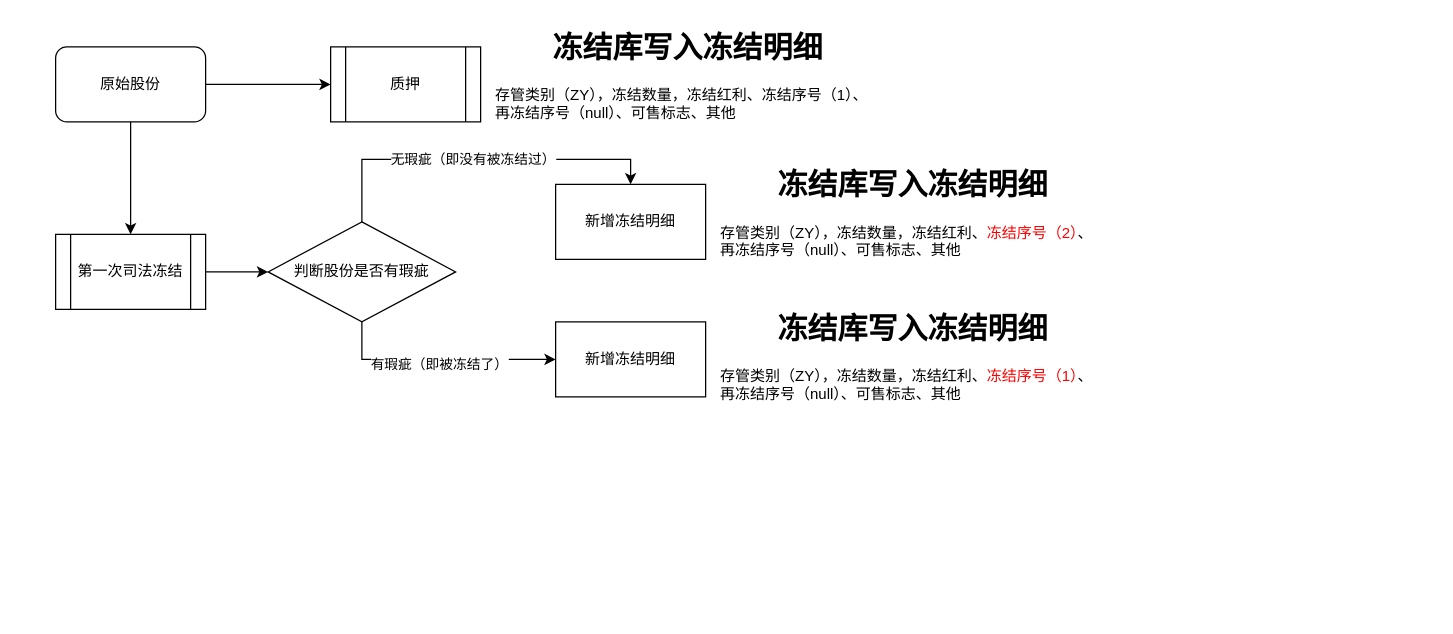
CielChen/CounterBusiness keeps this draw.io diagram as SFDJ-demo.drawio. Above is the earlier version. Source tidied: cells renumbered, new cells numbered last; positions are measured from the earlier drawing's top-left corner, leaving out a move shared by most shapes. Both pictures are drawn from the tidied source at 125%, with x=0, y=0 at pixel (55, 21).
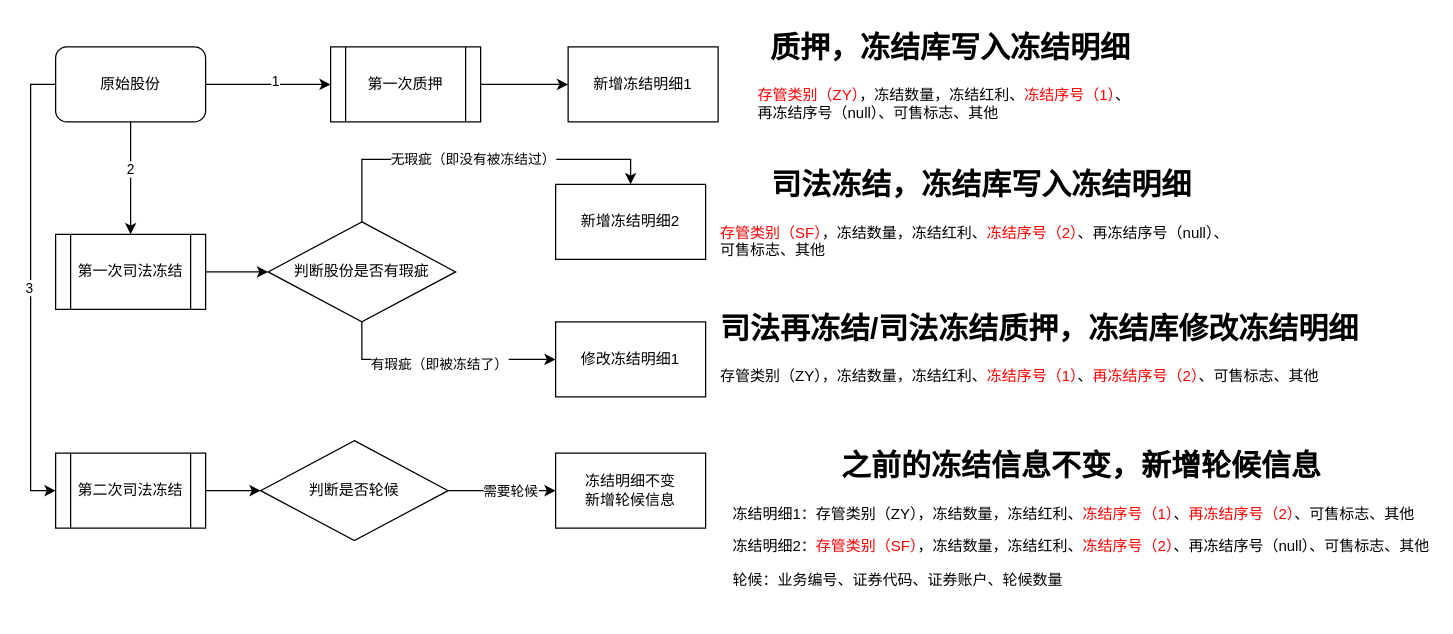
Above is the later version.

The change refers to these unchanged cells:
```xml
<mxCell id="2" style="edgeStyle=orthogonalEdgeStyle;rounded=0;jettySize=auto;html=1;exitX=1;exitY=0.5;exitDx=0;exitDy=0;entryX=0;entryY=0.5;entryDx=0;entryDy=0;" parent="1" edge="1" source="4" target="5">
  <mxGeometry relative="1" as="geometry" />
</mxCell>
<mxCell id="3" style="edgeStyle=orthogonalEdgeStyle;rounded=0;jettySize=auto;html=1;exitX=0.5;exitY=1;exitDx=0;exitDy=0;entryX=0.5;entryY=0;entryDx=0;entryDy=0;" parent="1" edge="1" source="4" target="8">
  <mxGeometry relative="1" as="geometry" />
</mxCell>
<mxCell id="4" value="原始股份" style="rounded=1;whiteSpace=wrap;html=1;" parent="1" vertex="1">
  <mxGeometry y="20" width="120" height="60" as="geometry" />
</mxCell>
```

The edit, as a diff of the source:
```diff
@@
+    <mxCell id="18" value="1" style="edgeLabel;html=1;align=center;verticalAlign=middle;" parent="2" vertex="1">
+      <mxGeometry x="0.09" y="3" relative="1" as="geometry" />
+    </mxCell>
@@
+    <mxCell id="19" value="2" style="edgeLabel;html=1;align=center;verticalAlign=middle;" parent="3" vertex="1">
+      <mxGeometry x="-0.17" y="-1" relative="1" as="geometry" />
+    </mxCell>
+    <mxCell id="20" style="edgeStyle=orthogonalEdgeStyle;rounded=0;jettySize=auto;html=1;exitX=0;exitY=0.5;exitDx=0;exitDy=0;entryX=0;entryY=0.5;entryDx=0;entryDy=0;" parent="1" edge="1" source="4" target="25">
+      <mxGeometry relative="1" as="geometry" />
+    </mxCell>
+    <mxCell id="21" value="3" style="edgeLabel;html=1;align=center;verticalAlign=middle;" parent="20" vertex="1">
+      <mxGeometry y="-2" relative="1" as="geometry" />
+    </mxCell>
@@
+    <mxCell id="22" style="edgeStyle=orthogonalEdgeStyle;rounded=0;jettySize=auto;html=1;exitX=1;exitY=0.5;exitDx=0;exitDy=0;" parent="1" edge="1" source="5" target="23">
+      <mxGeometry relative="1" as="geometry" />
+    </mxCell>
-    <mxCell id="5" value="质押" style="shape=process;whiteSpace=wrap;html=1;backgroundOutline=1;" parent="1" vertex="1">
+    <mxCell id="5" value="第一次质押" style="shape=process;whiteSpace=wrap;html=1;backgroundOutline=1;" parent="1" vertex="1">
       <mxGeometry x="220" y="20" width="120" height="60" as="geometry" />
     </mxCell>
-    <mxCell id="6" value="&lt;h1 style=&quot;text-align: center; margin-top: 0px;&quot;&gt;冻结库写入冻结明细&lt;/h1&gt;&lt;p&gt;存管类别（ZY），冻结数量，冻结红利、冻结序号（1）、再冻结序号（null）、可售标志、其他&lt;/p&gt;" style="text;html=1;whiteSpace=wrap;overflow=hidden;rounded=0;" parent="1" vertex="1">
-      <mxGeometry x="350" width="310" height="90" as="geometry" />
+    <mxCell id="6" value="&lt;h1 style=&quot;text-align: center; margin-top: 0px;&quot;&gt;质押，冻结库写入冻结明细&lt;/h1&gt;&lt;p&gt;&lt;font&gt;&lt;font style=&quot;color: rgb(255, 0, 0);&quot;&gt;存管类别（ZY）&lt;/font&gt;，&lt;/font&gt;冻结数量，冻结红利、&lt;font style=&quot;color: rgb(255, 0, 0);&quot;&gt;冻结序号（1）&lt;/font&gt;、再冻结序号（null）、可售标志、其他&lt;/p&gt;" style="text;html=1;whiteSpace=wrap;overflow=hidden;rounded=0;" parent="1" vertex="1">
+      <mxGeometry x="560" width="310" height="90" as="geometry" />
     </mxCell>
@@
-    <mxCell id="14" value="新增冻结明细" style="rounded=0;whiteSpace=wrap;html=1;" parent="1" vertex="1">
+    <mxCell id="14" value="新增冻结明细2" style="rounded=0;whiteSpace=wrap;html=1;" parent="1" vertex="1">
       <mxGeometry x="400" y="130" width="120" height="60" as="geometry" />
     </mxCell>
-    <mxCell id="15" value="&lt;h1 style=&quot;text-align: center; margin-top: 0px;&quot;&gt;冻结库写入冻结明细&lt;/h1&gt;&lt;p&gt;存管类别（ZY），冻结数量，冻结红利、&lt;font style=&quot;color: rgb(255, 0, 0);&quot;&gt;冻结序号（2）&lt;/font&gt;、再冻结序号（null）、可售标志、其他&lt;/p&gt;" style="text;html=1;whiteSpace=wrap;overflow=hidden;rounded=0;" parent="1" vertex="1">
-      <mxGeometry x="530" y="110" width="310" height="90" as="geometry" />
+    <mxCell id="15" value="&lt;h1 style=&quot;text-align: center; margin-top: 0px;&quot;&gt;司法冻结，冻结库写入冻结明细&lt;/h1&gt;&lt;p&gt;&lt;font style=&quot;color: rgb(255, 0, 0);&quot;&gt;存管类别（SF）&lt;/font&gt;，冻结数量，冻结红利、&lt;font style=&quot;color: rgb(255, 0, 0);&quot;&gt;冻结序号（2）&lt;/font&gt;、再冻结序号（null）、可售标志、其他&lt;/p&gt;" style="text;html=1;whiteSpace=wrap;overflow=hidden;rounded=0;" parent="1" vertex="1">
+      <mxGeometry x="530" y="110" width="420" height="90" as="geometry" />
     </mxCell>
-    <mxCell id="16" value="新增冻结明细" style="rounded=0;whiteSpace=wrap;html=1;" parent="1" vertex="1">
+    <mxCell id="16" value="修改冻结明细1" style="rounded=0;whiteSpace=wrap;html=1;" parent="1" vertex="1">
       <mxGeometry x="400" y="240" width="120" height="60" as="geometry" />
     </mxCell>
-    <mxCell id="17" value="&lt;h1 style=&quot;text-align: center; margin-top: 0px;&quot;&gt;冻结库写入冻结明细&lt;/h1&gt;&lt;p&gt;存管类别（ZY），冻结数量，冻结红利、&lt;font style=&quot;color: rgb(255, 0, 0);&quot;&gt;冻结序号（1）&lt;/font&gt;、再冻结序号（null）、可售标志、其他&lt;/p&gt;" style="text;html=1;whiteSpace=wrap;overflow=hidden;rounded=0;" parent="1" vertex="1">
-      <mxGeometry x="530" y="225" width="310" height="90" as="geometry" />
+    <mxCell id="17" value="&lt;h1 style=&quot;text-align: center; margin-top: 0px;&quot;&gt;司法再冻结/司法冻结质押，冻结库修改冻结明细&lt;/h1&gt;&lt;p&gt;存管类别（ZY），冻结数量，冻结红利、&lt;font style=&quot;color: rgb(255, 0, 0);&quot;&gt;冻结序号（1）&lt;/font&gt;、&lt;font style=&quot;color: rgb(255, 0, 0);&quot;&gt;再冻结序号（2）&lt;/font&gt;、可售标志、其他&lt;/p&gt;" style="text;html=1;whiteSpace=wrap;overflow=hidden;rounded=0;" parent="1" vertex="1">
+      <mxGeometry x="530" y="225" width="560" height="90" as="geometry" />
     </mxCell>
+    <mxCell id="23" value="新增冻结明细1" style="rounded=0;whiteSpace=wrap;html=1;" parent="1" vertex="1">
+      <mxGeometry x="410" y="20" width="120" height="60" as="geometry" />
+    </mxCell>
+    <mxCell id="24" style="edgeStyle=orthogonalEdgeStyle;rounded=0;jettySize=auto;html=1;exitX=1;exitY=0.5;exitDx=0;exitDy=0;" parent="1" edge="1" source="25" target="28">
+      <mxGeometry relative="1" as="geometry" />
+    </mxCell>
+    <mxCell id="25" value="第二次司法冻结" style="shape=process;whiteSpace=wrap;html=1;backgroundOutline=1;" parent="1" vertex="1">
+      <mxGeometry y="345" width="120" height="60" as="geometry" />
+    </mxCell>
+    <mxCell id="26" style="edgeStyle=orthogonalEdgeStyle;rounded=0;jettySize=auto;html=1;exitX=1;exitY=0.5;exitDx=0;exitDy=0;entryX=0;entryY=0.5;entryDx=0;entryDy=0;" parent="1" edge="1" source="28" target="29">
+      <mxGeometry relative="1" as="geometry" />
+    </mxCell>
+    <mxCell id="27" value="需要轮候" style="edgeLabel;html=1;align=center;verticalAlign=middle;" parent="26" vertex="1">
+      <mxGeometry x="0.15" relative="1" as="geometry" />
+    </mxCell>
+    <mxCell id="28" value="判断是否轮候" style="rhombus;whiteSpace=wrap;html=1;" parent="1" vertex="1">
+      <mxGeometry x="164" y="335" width="150" height="80" as="geometry" />
+    </mxCell>
+    <mxCell id="29" value="冻结明细不变&lt;div&gt;新增轮候信息&lt;/div&gt;" style="rounded=0;whiteSpace=wrap;html=1;" parent="1" vertex="1">
+      <mxGeometry x="400" y="345" width="120" height="60" as="geometry" />
+    </mxCell>
+    <mxCell id="30" value="&lt;h1 style=&quot;text-align: center; margin-top: 0px;&quot;&gt;之前的冻结信息不变，新增轮候信息&lt;/h1&gt;&lt;p&gt;冻结明细1：存管类别（ZY），冻结数量，冻结红利、&lt;font style=&quot;color: rgb(0, 0, 0);&quot;&gt;&lt;font style=&quot;color: rgb(255, 0, 0);&quot;&gt;冻结序号（1）&lt;/font&gt;、&lt;font style=&quot;color: rgb(255, 0, 0);&quot;&gt;再冻结序号（2）&lt;/font&gt;、可售&lt;/font&gt;标志、其他&lt;/p&gt;&lt;p&gt;冻结明细2：&lt;font style=&quot;color: rgb(0, 0, 0);&quot;&gt;&lt;font style=&quot;background-color: transparent; color: rgb(255, 0, 0);&quot;&gt;存管类别（SF）&lt;/font&gt;&lt;span style=&quot;background-color: transparent;&quot;&gt;，冻结数量，冻结红利、&lt;/span&gt;&lt;font style=&quot;background-color: transparent; color: rgb(255, 0, 0);&quot;&gt;冻结序号（2）&lt;/font&gt;&lt;/font&gt;&lt;span style=&quot;background-color: transparent; color: light-dark(rgb(0, 0, 0), rgb(255, 255, 255));&quot;&gt;、再冻结序号（null）、可售标志、其他&lt;/span&gt;&lt;/p&gt;&lt;p&gt;&lt;span style=&quot;background-color: transparent; color: light-dark(rgb(0, 0, 0), rgb(255, 255, 255));&quot;&gt;轮候：业务编号、证券代码、证券账户、轮候数量&lt;/span&gt;&lt;/p&gt;" style="text;html=1;whiteSpace=wrap;overflow=hidden;rounded=0;" parent="1" vertex="1">
+      <mxGeometry x="540" y="335" width="560" height="135" as="geometry" />
+    </mxCell>
```
